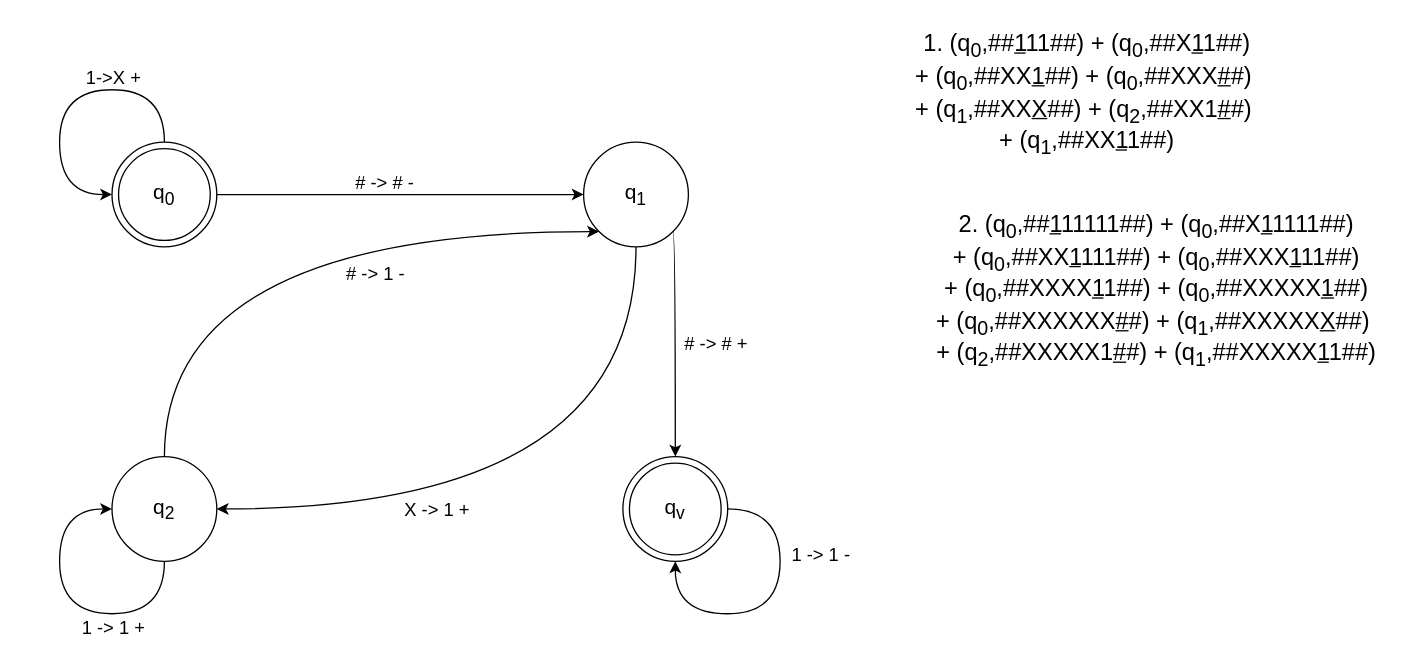
Above: elminf.drawio in X-Marosi/SWI_1 (draw.io), before the change. Source tidied: cells renumbered, new cells numbered last; positions are measured from the earlier drawing's top-left corner, leaving out a move shared by most shapes. Both pictures are drawn from the tidied source at 131%, with x=0, y=0 at pixel (59, 22).
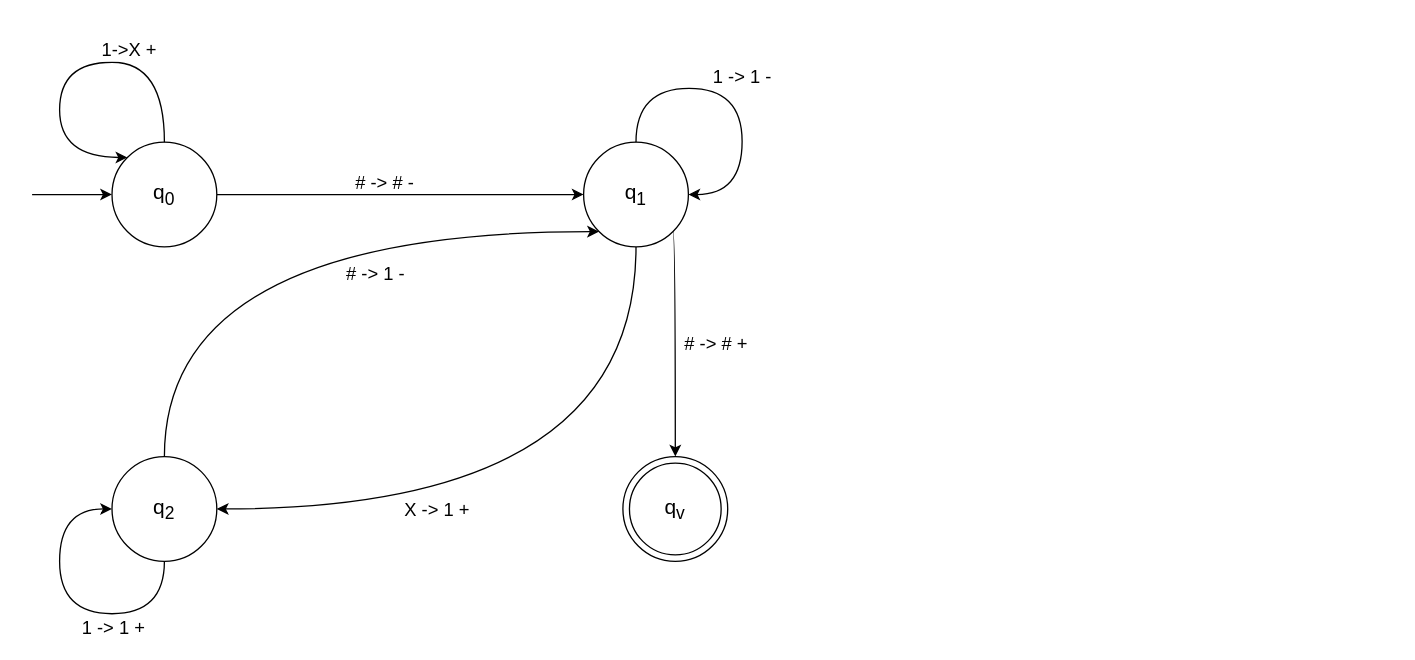
Above is the later version.

The change refers to these unchanged cells:
```xml
<mxCell id="4" value="&lt;font style=&quot;font-size: 16px;&quot;&gt;q&lt;sub&gt;0&lt;/sub&gt;&lt;/font&gt;" style="ellipse;whiteSpace=wrap;html=1;strokeWidth=1;" parent="1" vertex="1">
  <mxGeometry x="40" y="91" width="80" height="80" as="geometry" />
</mxCell>
<mxCell id="5" value="&lt;font style=&quot;font-size: 16px;&quot;&gt;q&lt;sub&gt;v&lt;/sub&gt;&lt;/font&gt;" style="ellipse;whiteSpace=wrap;html=1;" parent="1" vertex="1">
  <mxGeometry x="430" y="331" width="80" height="80" as="geometry" />
</mxCell>
<mxCell id="13" value="&lt;font style=&quot;font-size: 16px;&quot;&gt;q&lt;sub&gt;1&lt;/sub&gt;&lt;/font&gt;" style="ellipse;whiteSpace=wrap;html=1;" parent="1" vertex="1">
  <mxGeometry x="400" y="91" width="80" height="80" as="geometry" />
</mxCell>
```

The edit, as a diff of the source:
```diff
@@
+    <mxCell id="24" style="edgeStyle=orthogonalEdgeStyle;rounded=0;jettySize=auto;html=1;exitX=0;exitY=0.5;exitDx=0;exitDy=0;startArrow=classic;startFill=1;endArrow=none;endFill=0;" parent="1" edge="1" source="4">
+      <mxGeometry relative="1" as="geometry">
+        <mxPoint x="-21" y="131" as="targetPoint" />
+      </mxGeometry>
+    </mxCell>
@@
-    <mxCell id="14" style="edgeStyle=orthogonalEdgeStyle;rounded=0;orthogonalLoop=1;jettySize=auto;html=1;entryX=0;entryY=0.5;entryDx=0;entryDy=0;curved=1;" parent="1" edge="1" source="4" target="4">
+    <mxCell id="14" style="edgeStyle=orthogonalEdgeStyle;rounded=0;orthogonalLoop=1;jettySize=auto;html=1;entryX=0;entryY=0;entryDx=0;entryDy=0;curved=1;" parent="1" edge="1" source="4" target="4">
       <mxGeometry relative="1" as="geometry">
         <Array as="points">
-          <mxPoint x="80" y="51" />
-          <mxPoint y="51" />
-          <mxPoint y="131" />
+          <mxPoint x="80" y="30" />
+          <mxPoint y="30" />
+          <mxPoint y="103" />
         </Array>
       </mxGeometry>
     </mxCell>
@@
-    <mxCell id="18" style="edgeStyle=orthogonalEdgeStyle;rounded=0;orthogonalLoop=1;jettySize=auto;html=1;exitX=1;exitY=0.5;exitDx=0;exitDy=0;entryX=0.5;entryY=1;entryDx=0;entryDy=0;curved=1;" parent="1" edge="1" source="5" target="5">
-      <mxGeometry relative="1" as="geometry">
-        <Array as="points">
-          <mxPoint x="550" y="371" />
-          <mxPoint x="550" y="451" />
-          <mxPoint x="470" y="451" />
-        </Array>
-      </mxGeometry>
-    </mxCell>
+    <mxCell id="22" style="ellipse;whiteSpace=wrap;html=1;fillColor=none;" parent="1" vertex="1">
+      <mxGeometry x="435" y="336" width="70" height="70" as="geometry" />
+    </mxCell>
+    <mxCell id="25" style="edgeStyle=orthogonalEdgeStyle;rounded=0;orthogonalLoop=1;jettySize=auto;html=1;exitX=0.5;exitY=0;exitDx=0;exitDy=0;entryX=1;entryY=0.5;entryDx=0;entryDy=0;curved=1;" parent="1" edge="1" source="13" target="13">
+      <mxGeometry relative="1" as="geometry">
+        <Array as="points">
+          <mxPoint x="440" y="50" />
+          <mxPoint x="521" y="50" />
+          <mxPoint x="521" y="131" />
+        </Array>
+      </mxGeometry>
+    </mxCell>
-    <mxCell id="19" value="&lt;font style=&quot;font-size: 14px;&quot;&gt;1 -&amp;gt; 1 -&lt;/font&gt;" style="edgeLabel;html=1;align=center;verticalAlign=middle;" parent="18" vertex="1">
-      <mxGeometry x="-0.38" y="1" relative="1" as="geometry">
-        <mxPoint x="29" as="offset" />
-      </mxGeometry>
+    <mxCell id="19" value="&lt;font style=&quot;font-size: 14px;&quot;&gt;1 -&amp;gt; 1 -&lt;/font&gt;" style="text;html=1;align=center;verticalAlign=middle;strokeColor=none;fillColor=none;" parent="1" vertex="1">
+      <mxGeometry x="489" y="26" width="63" height="29" as="geometry" />
     </mxCell>
-    <mxCell id="20" value="&lt;font style=&quot;font-size: 18px;&quot;&gt;1. (q&lt;sub style=&quot;&quot;&gt;0&lt;/sub&gt;,##&lt;u style=&quot;&quot;&gt;1&lt;/u&gt;11##) + (q&lt;sub style=&quot;&quot;&gt;0&lt;/sub&gt;,##X&lt;u style=&quot;&quot;&gt;1&lt;/u&gt;1##)&lt;/font&gt;&lt;div style=&quot;font-size: 18px;&quot;&gt;&lt;font style=&quot;font-size: 18px;&quot;&gt;+ (&lt;span style=&quot;background-color: initial;&quot;&gt;q&lt;/span&gt;&lt;sub style=&quot;background-color: initial;&quot;&gt;0&lt;/sub&gt;&lt;span style=&quot;background-color: initial;&quot;&gt;,&lt;/span&gt;&lt;span style=&quot;background-color: initial;&quot;&gt;##XX&lt;/span&gt;&lt;span style=&quot;background-color: initial;&quot;&gt;&lt;u&gt;1&lt;/u&gt;##&lt;/span&gt;&lt;span style=&quot;background-color: initial;&quot;&gt;)&amp;nbsp;&lt;/span&gt;&lt;span style=&quot;background-color: initial;&quot;&gt;+ (&lt;/span&gt;&lt;span style=&quot;background-color: initial;&quot;&gt;q&lt;/span&gt;&lt;span style=&quot;background-color: initial;&quot;&gt;&lt;sub&gt;0&lt;/sub&gt;&lt;/span&gt;&lt;span style=&quot;background-color: initial;&quot;&gt;,&lt;/span&gt;&lt;span style=&quot;background-color: initial;&quot;&gt;##XXX&lt;/span&gt;&lt;span style=&quot;background-color: initial;&quot;&gt;&lt;u&gt;#&lt;/u&gt;#&lt;/span&gt;&lt;span style=&quot;background-color: initial;&quot;&gt;)&amp;nbsp;&lt;/span&gt;&lt;/font&gt;&lt;/div&gt;&lt;div style=&quot;font-size: 18px;&quot;&gt;&lt;font style=&quot;font-size: 18px;&quot;&gt;+ (&lt;span style=&quot;background-color: initial;&quot;&gt;q&lt;/span&gt;&lt;span style=&quot;background-color: initial;&quot;&gt;&lt;sub&gt;1&lt;/sub&gt;&lt;/span&gt;&lt;span style=&quot;background-color: initial;&quot;&gt;,&lt;/span&gt;&lt;span style=&quot;background-color: initial;&quot;&gt;##XX&lt;u&gt;X&lt;/u&gt;&lt;/span&gt;&lt;span style=&quot;background-color: initial;&quot;&gt;##&lt;/span&gt;&lt;span style=&quot;background-color: initial;&quot;&gt;)&amp;nbsp;&lt;/span&gt;&lt;span style=&quot;background-color: initial;&quot;&gt;+ (&lt;/span&gt;&lt;span style=&quot;background-color: initial;&quot;&gt;q&lt;/span&gt;&lt;span style=&quot;background-color: initial;&quot;&gt;&lt;sub&gt;2&lt;/sub&gt;&lt;/span&gt;&lt;span style=&quot;background-color: initial;&quot;&gt;,&lt;/span&gt;&lt;span style=&quot;background-color: initial;&quot;&gt;##XX1&lt;/span&gt;&lt;span style=&quot;background-color: initial;&quot;&gt;&lt;u&gt;#&lt;/u&gt;#&lt;/span&gt;&lt;span style=&quot;background-color: initial;&quot;&gt;)&amp;nbsp;&lt;/span&gt;&lt;/font&gt;&lt;/div&gt;&lt;div style=&quot;font-size: 18px;&quot;&gt;&lt;font style=&quot;font-size: 18px;&quot;&gt;&lt;span style=&quot;background-color: initial;&quot;&gt;+ (&lt;/span&gt;&lt;span style=&quot;background-color: initial;&quot;&gt;q&lt;/span&gt;&lt;span style=&quot;background-color: initial;&quot;&gt;&lt;sub&gt;1&lt;/sub&gt;&lt;/span&gt;&lt;span style=&quot;background-color: initial;&quot;&gt;,&lt;/span&gt;&lt;span style=&quot;background-color: initial;&quot;&gt;##XX&lt;u&gt;1&lt;/u&gt;1&lt;/span&gt;&lt;span style=&quot;background-color: initial;&quot;&gt;##&lt;/span&gt;&lt;span style=&quot;background-color: initial;&quot;&gt;)&lt;/span&gt;&lt;/font&gt;&lt;/div&gt;" style="text;html=1;align=center;verticalAlign=middle;strokeColor=none;fillColor=none;" parent="1" vertex="1">
-      <mxGeometry x="639" width="290" height="110" as="geometry" />
-    </mxCell>
-    <mxCell id="21" value="&lt;font style=&quot;font-size: 18px;&quot;&gt;2. (q&lt;sub&gt;0&lt;/sub&gt;,##&lt;u&gt;1&lt;/u&gt;11111##) + (q&lt;sub&gt;0&lt;/sub&gt;,##X&lt;u&gt;1&lt;/u&gt;1111##)&lt;/font&gt;&lt;div style=&quot;font-size: 18px;&quot;&gt;+ (&lt;span style=&quot;background-color: initial;&quot;&gt;q&lt;/span&gt;&lt;sub style=&quot;background-color: initial;&quot;&gt;0&lt;/sub&gt;&lt;span style=&quot;background-color: initial;&quot;&gt;,&lt;/span&gt;&lt;span style=&quot;background-color: initial;&quot;&gt;##XX&lt;/span&gt;&lt;span style=&quot;background-color: initial;&quot;&gt;&lt;u&gt;1&lt;/u&gt;111##&lt;/span&gt;&lt;span style=&quot;background-color: initial;&quot;&gt;)&amp;nbsp;&lt;/span&gt;&lt;span style=&quot;background-color: initial;&quot;&gt;+ (&lt;/span&gt;&lt;span style=&quot;background-color: initial;&quot;&gt;q&lt;/span&gt;&lt;span style=&quot;background-color: initial;&quot;&gt;&lt;sub&gt;0&lt;/sub&gt;&lt;/span&gt;&lt;span style=&quot;background-color: initial;&quot;&gt;,&lt;/span&gt;&lt;span style=&quot;background-color: initial;&quot;&gt;##XXX&lt;u&gt;1&lt;/u&gt;11##&lt;/span&gt;&lt;span style=&quot;background-color: initial;&quot;&gt;)&lt;/span&gt;&lt;/div&gt;&lt;div style=&quot;font-size: 18px;&quot;&gt;&lt;span style=&quot;background-color: initial;&quot;&gt;+ (&lt;/span&gt;&lt;span style=&quot;background-color: initial;&quot;&gt;q&lt;/span&gt;&lt;span style=&quot;background-color: initial;&quot;&gt;&lt;sub&gt;0&lt;/sub&gt;&lt;/span&gt;&lt;span style=&quot;background-color: initial;&quot;&gt;,&lt;/span&gt;&lt;span style=&quot;background-color: initial;&quot;&gt;##XXXX&lt;u&gt;1&lt;/u&gt;1##&lt;/span&gt;&lt;span style=&quot;background-color: initial;&quot;&gt;)&amp;nbsp;&lt;/span&gt;&lt;span style=&quot;background-color: initial;&quot;&gt;+ (&lt;/span&gt;&lt;span style=&quot;background-color: initial;&quot;&gt;q&lt;/span&gt;&lt;span style=&quot;background-color: initial;&quot;&gt;&lt;sub&gt;0&lt;/sub&gt;&lt;/span&gt;&lt;span style=&quot;background-color: initial;&quot;&gt;,&lt;/span&gt;&lt;span style=&quot;background-color: initial;&quot;&gt;##XXXXX&lt;u&gt;1&lt;/u&gt;##&lt;/span&gt;&lt;span style=&quot;background-color: initial;&quot;&gt;)&lt;/span&gt;&lt;/div&gt;&lt;div style=&quot;font-size: 18px;&quot;&gt;&lt;span style=&quot;background-color: initial;&quot;&gt;+ (&lt;/span&gt;&lt;span style=&quot;background-color: initial;&quot;&gt;q&lt;/span&gt;&lt;span style=&quot;background-color: initial;&quot;&gt;&lt;sub&gt;0&lt;/sub&gt;&lt;/span&gt;&lt;span style=&quot;background-color: initial;&quot;&gt;,&lt;/span&gt;&lt;span style=&quot;background-color: initial;&quot;&gt;##XXXXXX&lt;u&gt;#&lt;/u&gt;#&lt;/span&gt;&lt;span style=&quot;background-color: initial;&quot;&gt;)&amp;nbsp;&lt;/span&gt;&lt;span style=&quot;background-color: initial;&quot;&gt;+ (&lt;/span&gt;&lt;span style=&quot;background-color: initial;&quot;&gt;q&lt;/span&gt;&lt;span style=&quot;background-color: initial;&quot;&gt;&lt;sub&gt;1&lt;/sub&gt;&lt;/span&gt;&lt;span style=&quot;background-color: initial;&quot;&gt;,&lt;/span&gt;&lt;span style=&quot;background-color: initial;&quot;&gt;##XXXXX&lt;u&gt;X&lt;/u&gt;&lt;/span&gt;&lt;span style=&quot;background-color: initial;&quot;&gt;##&lt;/span&gt;&lt;span style=&quot;background-color: initial;&quot;&gt;)&amp;nbsp;&lt;/span&gt;&lt;/div&gt;&lt;div style=&quot;font-size: 18px;&quot;&gt;&lt;span style=&quot;background-color: initial;&quot;&gt;+ (&lt;/span&gt;&lt;span style=&quot;background-color: initial;&quot;&gt;q&lt;/span&gt;&lt;span style=&quot;background-color: initial;&quot;&gt;&lt;sub&gt;2&lt;/sub&gt;&lt;/span&gt;&lt;span style=&quot;background-color: initial;&quot;&gt;,&lt;/span&gt;&lt;span style=&quot;background-color: initial;&quot;&gt;##XXXXX1&lt;/span&gt;&lt;span style=&quot;background-color: initial;&quot;&gt;&lt;u&gt;#&lt;/u&gt;#&lt;/span&gt;&lt;span style=&quot;background-color: initial;&quot;&gt;)&amp;nbsp;&lt;/span&gt;&lt;span style=&quot;background-color: initial;&quot;&gt;+ (&lt;/span&gt;&lt;span style=&quot;background-color: initial;&quot;&gt;q&lt;/span&gt;&lt;span style=&quot;background-color: initial;&quot;&gt;&lt;sub&gt;1&lt;/sub&gt;&lt;/span&gt;&lt;span style=&quot;background-color: initial;&quot;&gt;,&lt;/span&gt;&lt;span style=&quot;background-color: initial;&quot;&gt;##XXXXX&lt;u&gt;1&lt;/u&gt;1&lt;/span&gt;&lt;span style=&quot;background-color: initial;&quot;&gt;##&lt;/span&gt;&lt;span style=&quot;background-color: initial;&quot;&gt;)&lt;/span&gt;&lt;/div&gt;" style="text;html=1;align=center;verticalAlign=middle;strokeColor=none;fillColor=none;" parent="1" vertex="1">
-      <mxGeometry x="657" y="135" width="360" height="140" as="geometry" />
-    </mxCell>
-    <mxCell id="22" style="ellipse;whiteSpace=wrap;html=1;fillColor=none;" parent="1" vertex="1">
-      <mxGeometry x="435" y="336" width="70" height="70" as="geometry" />
-    </mxCell>
-    <mxCell id="23" style="ellipse;whiteSpace=wrap;html=1;fillColor=none;" parent="1" vertex="1">
-      <mxGeometry x="45" y="96" width="70" height="70" as="geometry" />
-    </mxCell>
```
